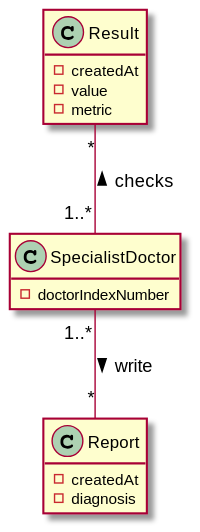
Before: docs/SprintC/US14/US14_MD.svg, a diagram exported from PlantUML (GuilhermeCunha79/lapr2).
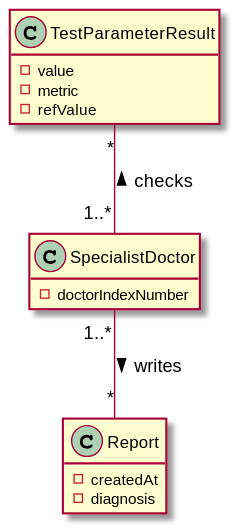
After the change.

Diff of the diagram source:
```diff
@@ -11,14 +11,14 @@
     -diagnosis
 }
 
-class Result {
-    -createdAt
+class TestParameterResult {
     -value
     -metric
+    -refValue
 }
 
-SpecialistDoctor"1..*" -- "*"Report : "> write"
-SpecialistDoctor"1..*" -up- "*"Result : "> checks"
+SpecialistDoctor"1..*" -- "*"Report : "> writes"
+SpecialistDoctor"1..*" -up- "*"TestParameterResult : "> checks"
 
 
 @enduml
```
